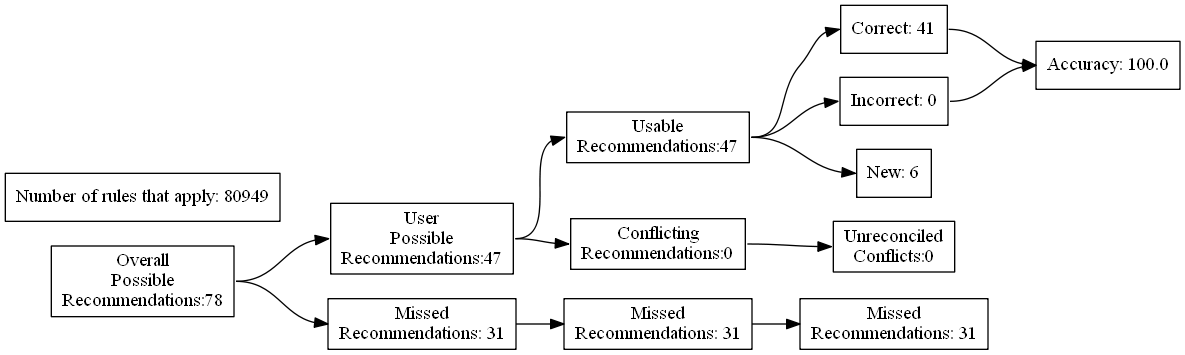
Before: test_renders/1.gv.png, a diagram exported from Graphviz (ZaxR/ibd_diet_analysis). Its source is kept beside it as test_renders/1.gv. Source of this version:
```dot
digraph {
	graph [rankdir=LR]
	node [pos=r shape=box]
	edge [headport=w tailport=e]
		A [label="Overall
Possible
Recommendations:78"]
		B [label="User
Possible
Recommendations:47"]
		C [label="Missed
Recommendations: 31"]
		D [label="Usable
Recommendations:47"]
		E [label="Conflicting
Recommendations:0"]
		J [label="Missed
Recommendations: 31"]
		M [label="Unreconciled
Conflicts:0"]
		F [label="Correct: 41"]
		G [label="Incorrect: 0"]
		H [label="New: 6"]
		K [label="Missed
Recommendations: 31"]
		I [label="Accuracy: 100.0"]
		l [label="Number of rules that apply: 80949"]
			A -> B
			A -> C
			B -> D
			B -> E
			D -> F
			D -> G
			D -> H
			F -> I
			G -> I
			C -> J
			J -> K
			E -> M
}
```
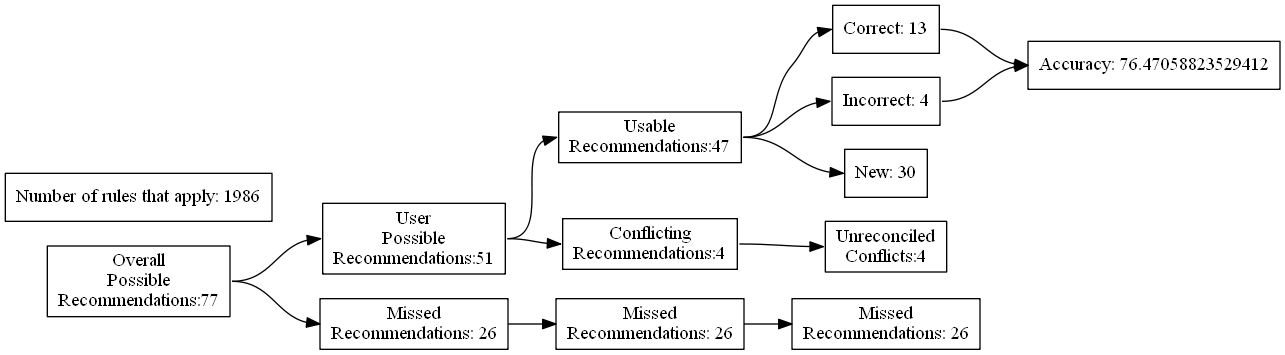
The same diagram one commit later.

The edit, as a diff of the source:
```diff
@@ -4,27 +4,27 @@
 	edge [headport=w tailport=e]
 		A [label="Overall
 Possible
-Recommendations:78"]
+Recommendations:77"]
 		B [label="User
 Possible
-Recommendations:47"]
+Recommendations:51"]
 		C [label="Missed
-Recommendations: 31"]
+Recommendations: 26"]
 		D [label="Usable
 Recommendations:47"]
 		E [label="Conflicting
-Recommendations:0"]
+Recommendations:4"]
 		J [label="Missed
-Recommendations: 31"]
+Recommendations: 26"]
 		M [label="Unreconciled
-Conflicts:0"]
-		F [label="Correct: 41"]
-		G [label="Incorrect: 0"]
-		H [label="New: 6"]
+Conflicts:4"]
+		F [label="Correct: 13"]
+		G [label="Incorrect: 4"]
+		H [label="New: 30"]
 		K [label="Missed
-Recommendations: 31"]
-		I [label="Accuracy: 100.0"]
-		l [label="Number of rules that apply: 80949"]
+Recommendations: 26"]
+		I [label="Accuracy: 76.47058823529412"]
+		l [label="Number of rules that apply: 1986"]
 			A -> B
 			A -> C
 			B -> D
```
